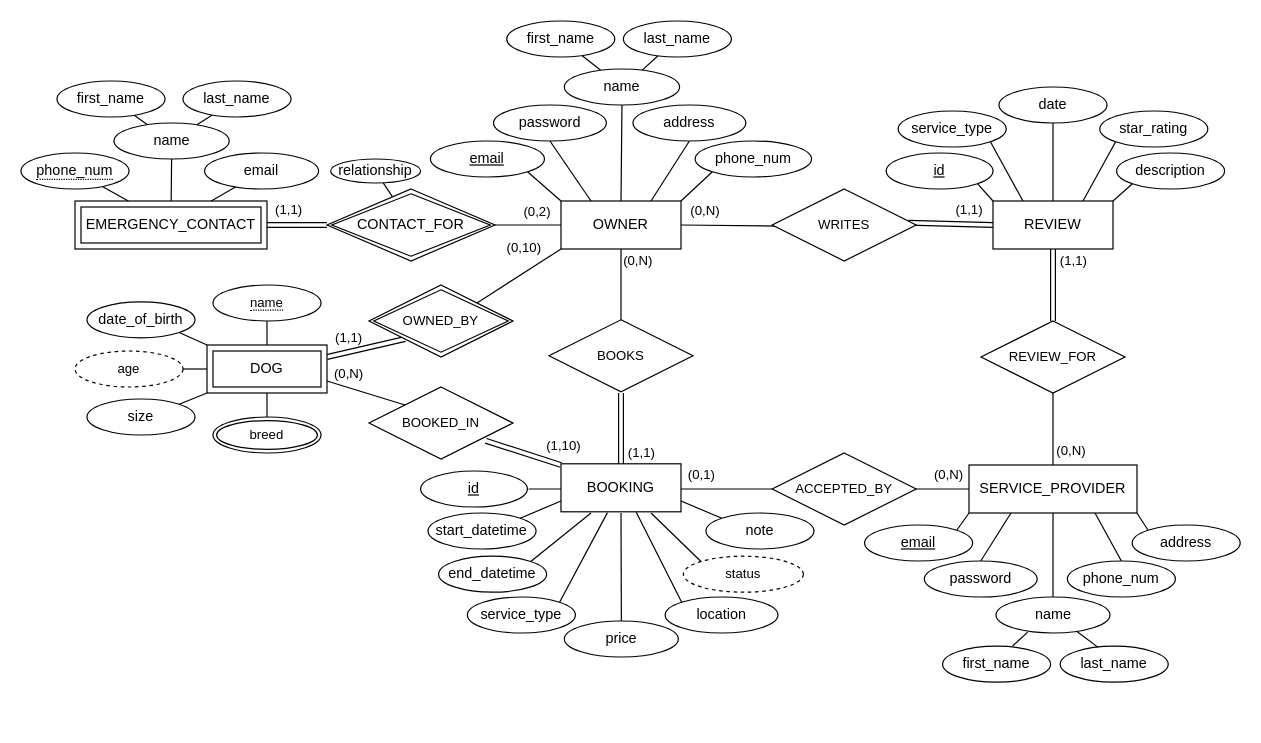
This is BarkBase ER Diagram.drawio from BraedonHaensel/barkbase, a draw.io file, before an edit. Source tidied: cells renumbered, new cells numbered last; positions are measured from the earlier drawing's top-left corner, leaving out a move shared by most shapes. Both pictures are drawn from the tidied source at 120%, with x=0, y=0 at pixel (20, 20).
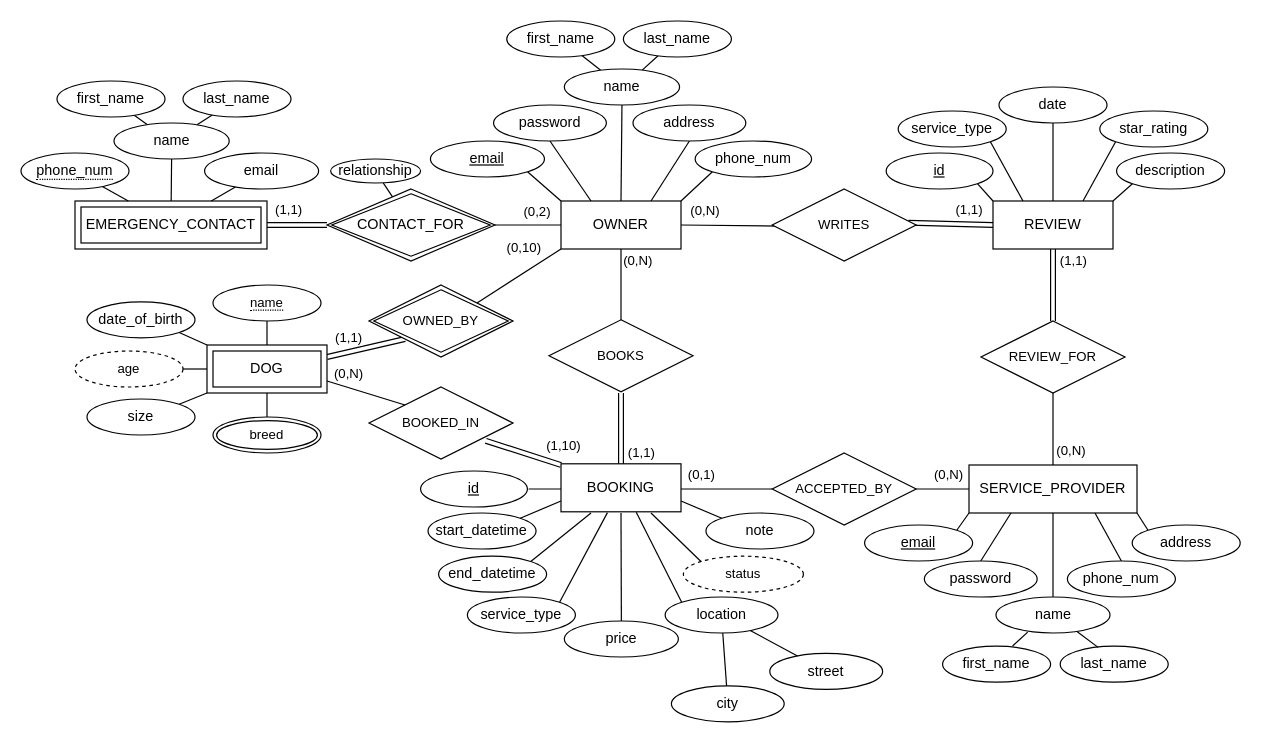
Above is the later version.

Unchanged cells that the change refers to:
```xml
<mxCell id="36" value="location" style="ellipse;whiteSpace=wrap;html=1;align=center;" parent="1" vertex="1">
  <mxGeometry x="536.8" y="480" width="94" height="30" as="geometry" />
</mxCell>
```

Change to the diagram source:
```diff
@@
+    <mxCell id="119" value="city" style="ellipse;whiteSpace=wrap;html=1;align=center;" parent="1" vertex="1">
+      <mxGeometry x="542" y="554" width="94" height="30" as="geometry" />
+    </mxCell>
+    <mxCell id="120" value="street" style="ellipse;whiteSpace=wrap;html=1;align=center;" parent="1" vertex="1">
+      <mxGeometry x="624" y="527" width="94" height="30" as="geometry" />
+    </mxCell>
+    <mxCell id="121" style="endArrow=none;html=1;rounded=0;" parent="1" edge="1" source="119" target="36">
+      <mxGeometry relative="1" as="geometry" />
+    </mxCell>
+    <mxCell id="122" style="endArrow=none;html=1;rounded=0;" parent="1" edge="1" source="120" target="36">
+      <mxGeometry relative="1" as="geometry" />
+    </mxCell>
```
